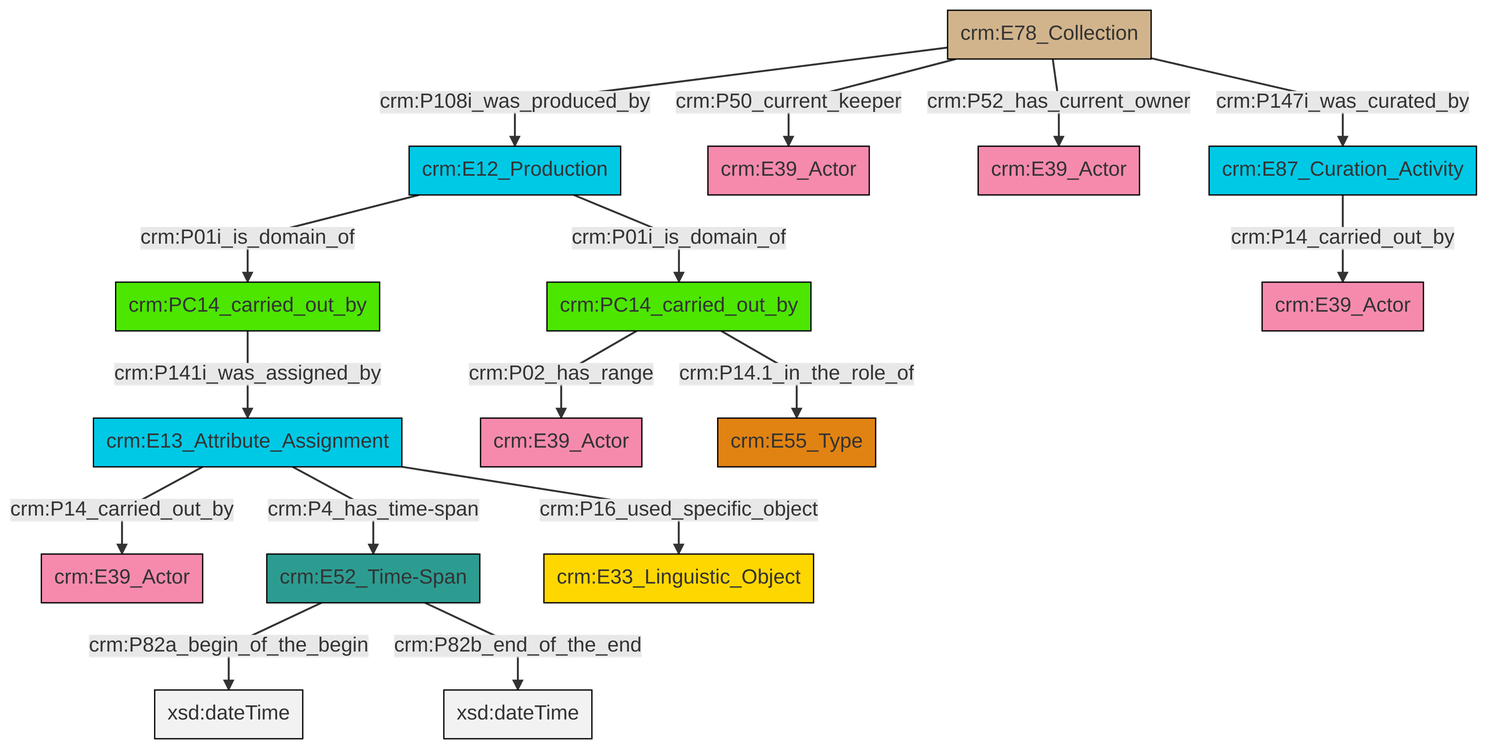
Above: et/archivalCSV/ttl/mmd/png/archival_relation.png in swiss-art-research-net/docs.swissartresearch (Mermaid), before the change. Its source is kept beside it as et/archivalCSV/ttl/mmd/archival_relation.ttl.mmd.
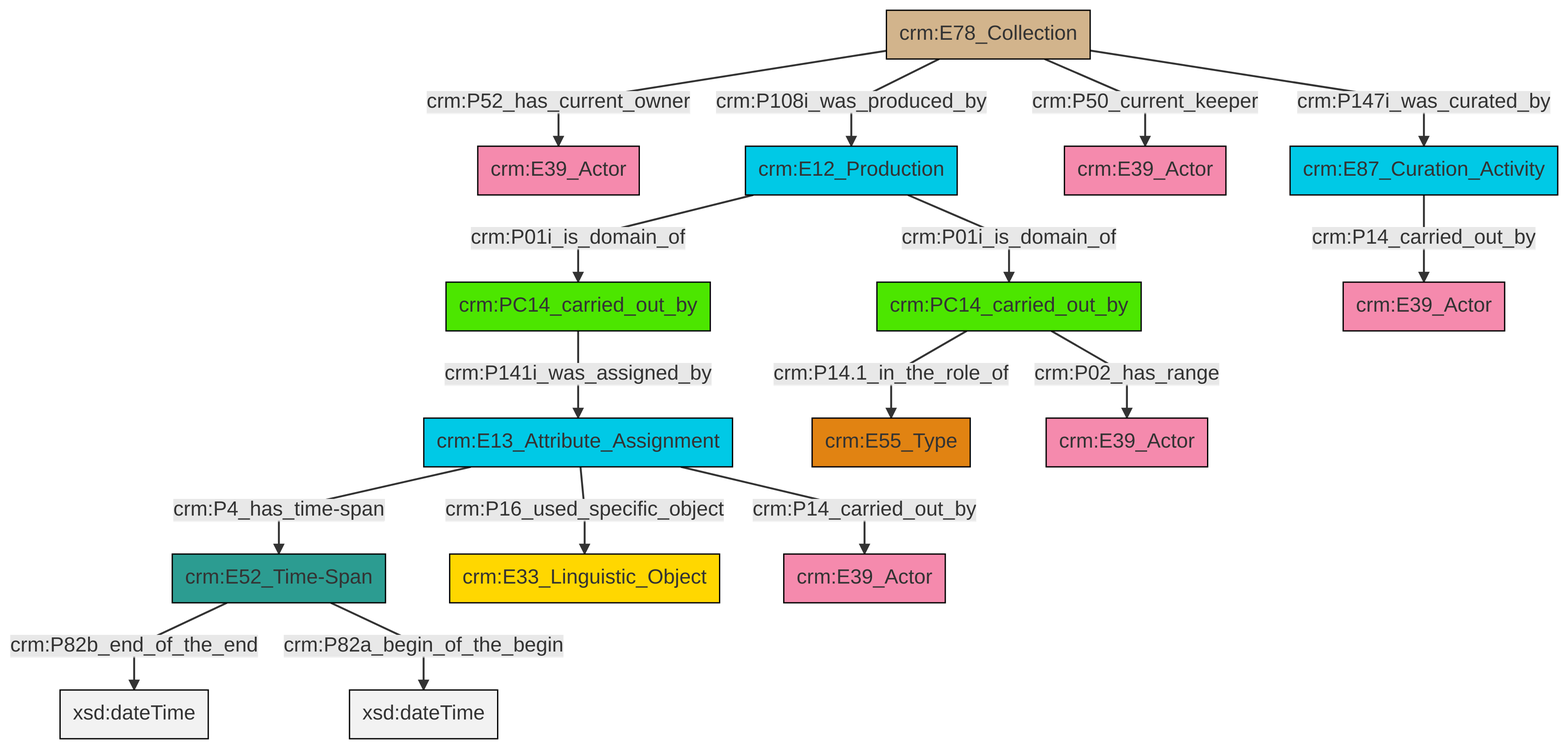
The same diagram one commit later.

Change to the diagram source:
```diff
@@ -13,18 +13,18 @@
 classDef PC_Classes fill:#4ce600, stroke:#000000;
 classDef Multi fill:#cccccc,stroke:#000000;
 
-0["crm:PC14_carried_out_by"]:::PC_Classes -->|crm:P02_has_range| 1["crm:E39_Actor"]:::Actor
-4["crm:E78_Collection"]:::Physical_Thing -->|crm:P108i_was_produced_by| 5["crm:E12_Production"]:::Temporal_Entity
-5["crm:E12_Production"]:::Temporal_Entity -->|crm:P01i_is_domain_of| 6["crm:PC14_carried_out_by"]:::PC_Classes
-7["crm:E52_Time-Span"]:::Time-Span -->|crm:P82a_begin_of_the_begin| 8[xsd:dateTime]:::Literal
-6["crm:PC14_carried_out_by"]:::PC_Classes -->|crm:P141i_was_assigned_by| 2["crm:E13_Attribute_Assignment"]:::Temporal_Entity
-5["crm:E12_Production"]:::Temporal_Entity -->|crm:P01i_is_domain_of| 0["crm:PC14_carried_out_by"]:::PC_Classes
-2["crm:E13_Attribute_Assignment"]:::Temporal_Entity -->|crm:P14_carried_out_by| 12["crm:E39_Actor"]:::Actor
-2["crm:E13_Attribute_Assignment"]:::Temporal_Entity -->|crm:P4_has_time-span| 7["crm:E52_Time-Span"]:::Time-Span
-2["crm:E13_Attribute_Assignment"]:::Temporal_Entity -->|crm:P16_used_specific_object| 14["crm:E33_Linguistic_Object"]:::Conceptual_Object
-4["crm:E78_Collection"]:::Physical_Thing -->|crm:P50_current_keeper| 19["crm:E39_Actor"]:::Actor
-21["crm:E87_Curation_Activity"]:::Temporal_Entity -->|crm:P14_carried_out_by| 10["crm:E39_Actor"]:::Actor
-0["crm:PC14_carried_out_by"]:::PC_Classes -->|crm:P14.1_in_the_role_of| 23["crm:E55_Type"]:::Type
-7["crm:E52_Time-Span"]:::Time-Span -->|crm:P82b_end_of_the_end| 24[xsd:dateTime]:::Literal
-4["crm:E78_Collection"]:::Physical_Thing -->|crm:P52_has_current_owner| 15["crm:E39_Actor"]:::Actor
-4["crm:E78_Collection"]:::Physical_Thing -->|crm:P147i_was_curated_by| 21["crm:E87_Curation_Activity"]:::Temporal_Entity
+0["crm:E13_Attribute_Assignment"]:::Temporal_Entity -->|crm:P4_has_time-span| 1["crm:E52_Time-Span"]:::Time-Span
+0["crm:E13_Attribute_Assignment"]:::Temporal_Entity -->|crm:P16_used_specific_object| 2["crm:E33_Linguistic_Object"]:::Conceptual_Object
+3["crm:PC14_carried_out_by"]:::PC_Classes -->|crm:P14.1_in_the_role_of| 4["crm:E55_Type"]:::Type
+7["crm:E78_Collection"]:::Physical_Thing -->|crm:P52_has_current_owner| 8["crm:E39_Actor"]:::Actor
+9["crm:E12_Production"]:::Temporal_Entity -->|crm:P01i_is_domain_of| 10["crm:PC14_carried_out_by"]:::PC_Classes
+7["crm:E78_Collection"]:::Physical_Thing -->|crm:P50_current_keeper| 11["crm:E39_Actor"]:::Actor
+13["crm:E87_Curation_Activity"]:::Temporal_Entity -->|crm:P14_carried_out_by| 14["crm:E39_Actor"]:::Actor
+1["crm:E52_Time-Span"]:::Time-Span -->|crm:P82b_end_of_the_end| 15[xsd:dateTime]:::Literal
+7["crm:E78_Collection"]:::Physical_Thing -->|crm:P108i_was_produced_by| 9["crm:E12_Production"]:::Temporal_Entity
+0["crm:E13_Attribute_Assignment"]:::Temporal_Entity -->|crm:P14_carried_out_by| 5["crm:E39_Actor"]:::Actor
+1["crm:E52_Time-Span"]:::Time-Span -->|crm:P82a_begin_of_the_begin| 24[xsd:dateTime]:::Literal
+3["crm:PC14_carried_out_by"]:::PC_Classes -->|crm:P02_has_range| 22["crm:E39_Actor"]:::Actor
+10["crm:PC14_carried_out_by"]:::PC_Classes -->|crm:P141i_was_assigned_by| 0["crm:E13_Attribute_Assignment"]:::Temporal_Entity
+9["crm:E12_Production"]:::Temporal_Entity -->|crm:P01i_is_domain_of| 3["crm:PC14_carried_out_by"]:::PC_Classes
+7["crm:E78_Collection"]:::Physical_Thing -->|crm:P147i_was_curated_by| 13["crm:E87_Curation_Activity"]:::Temporal_Entity
```
